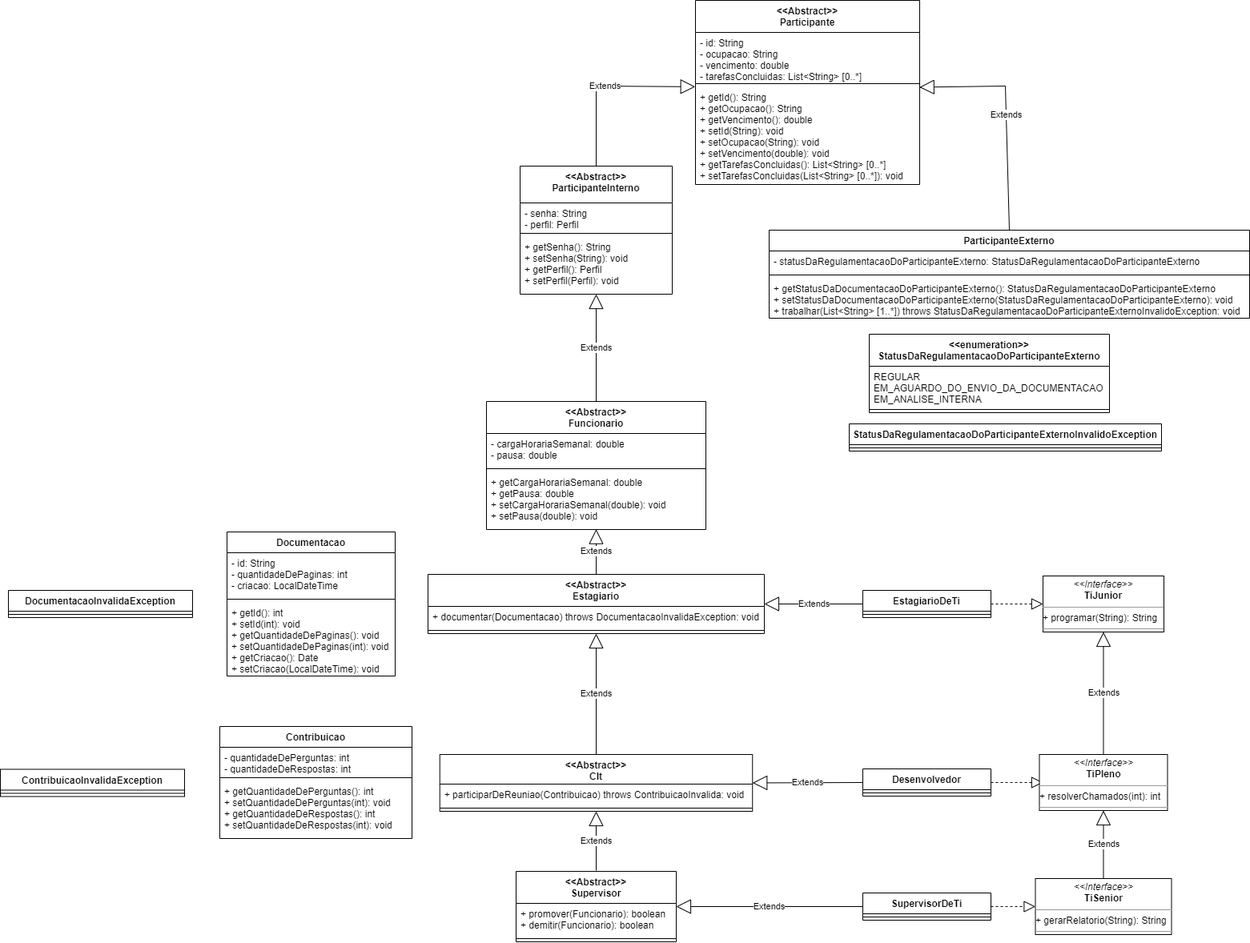
andre-alck/erp keeps this draw.io diagram as erp.png. Above is the earlier version. Source tidied: cells renumbered, new cells last; positions are measured from the earlier drawing's top-left corner, leaving out a move shared by most shapes.
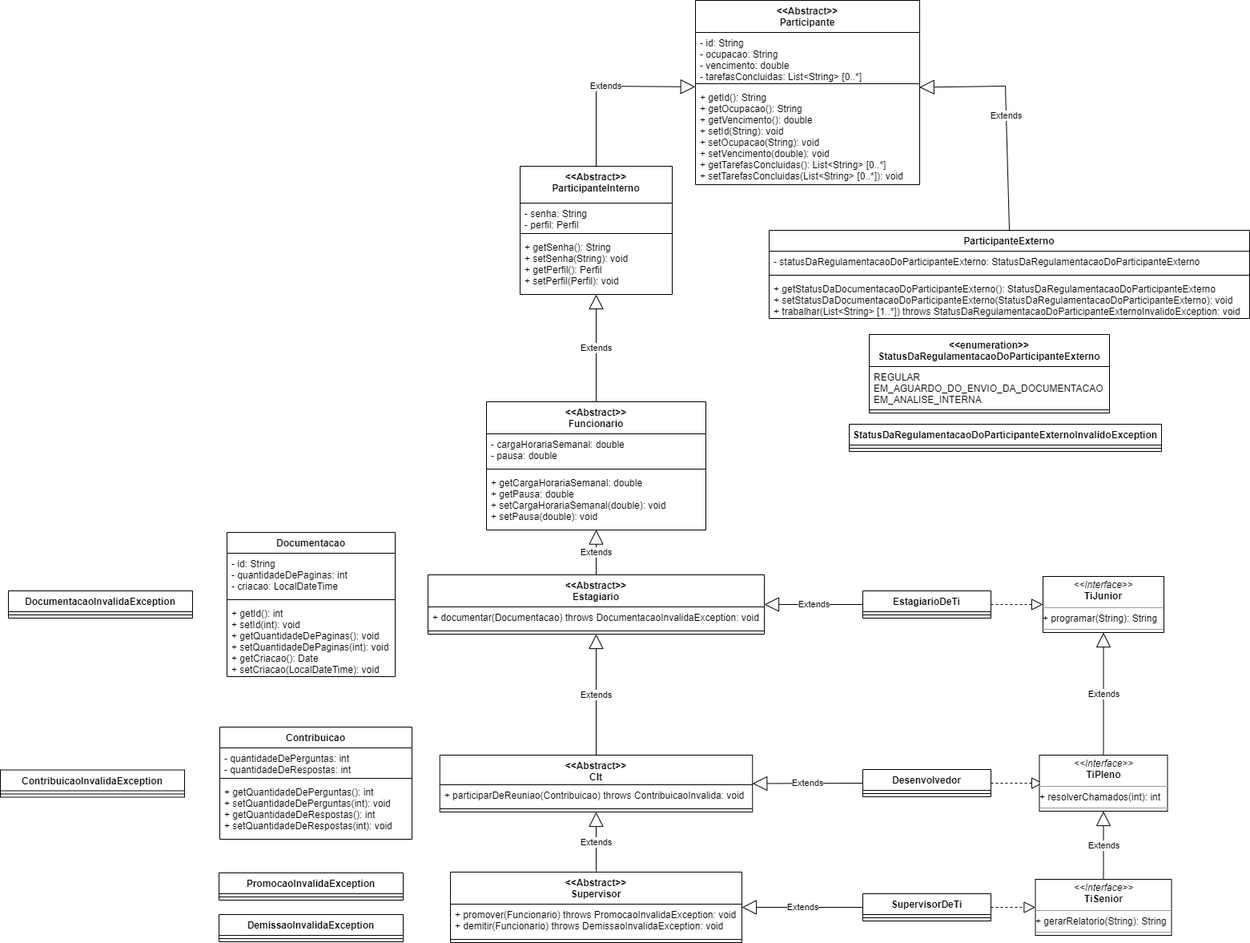
Above is the later version.

Diff of the diagram source:
```diff
@@ -116,11 +116,6 @@
     <mxCell id="37" style="line;strokeWidth=1;fillColor=none;align=left;verticalAlign=middle;spacingTop=-1;spacingLeft=3;spacingRight=3;labelPosition=right;strokeColor=inherit;" parent="36" vertex="1">
       <mxGeometry y="26" width="160" height="8" as="geometry" />
     </mxCell>
-    <mxCell id="38" value="Extends" style="endArrow=block;endSize=16;endFill=0;html=1;rounded=0;exitX=0;exitY=0.5;exitDx=0;exitDy=0;entryX=1;entryY=0.5;entryDx=0;entryDy=0;" parent="1" edge="1" source="36">
-      <mxGeometry relative="1" as="geometry">
-        <mxPoint x="844" y="1132" as="targetPoint" />
-      </mxGeometry>
-    </mxCell>
     <mxCell id="39" value="Documentacao" style="swimlane;fontStyle=1;align=center;verticalAlign=top;horizontal=1;startSize=26;" parent="1" vertex="1">
       <mxGeometry x="283" y="664" width="210" height="180" as="geometry" />
     </mxCell>
@@ -151,13 +146,13 @@
       <mxGeometry relative="1" as="geometry" />
     </mxCell>
     <mxCell id="48" value="&lt;&lt;Abstract&gt;&gt;&#10;Supervisor" style="swimlane;fontStyle=1;align=center;verticalAlign=top;horizontal=1;startSize=40;" parent="1" vertex="1">
-      <mxGeometry x="644" y="1088" width="200" height="88" as="geometry" />
+      <mxGeometry x="562" y="1088" width="364" height="88" as="geometry" />
     </mxCell>
-    <mxCell id="49" value="+ promover(Funcionario): boolean&#10;+ demitir(Funcionario): boolean" style="text;strokeColor=none;fillColor=none;align=left;verticalAlign=top;spacingLeft=4;spacingRight=4;overflow=hidden;" parent="48" vertex="1">
-      <mxGeometry y="40" width="200" height="40" as="geometry" />
+    <mxCell id="49" value="+ promover(Funcionario) throws PromocaoInvalidaException: void&#10;+ demitir(Funcionario) throws DemissaoInvalidaException: void" style="text;strokeColor=none;fillColor=none;align=left;verticalAlign=top;spacingLeft=4;spacingRight=4;overflow=hidden;" parent="48" vertex="1">
+      <mxGeometry y="40" width="364" height="40" as="geometry" />
     </mxCell>
     <mxCell id="50" style="line;strokeWidth=1;fillColor=none;align=left;verticalAlign=middle;spacingTop=-1;spacingLeft=3;spacingRight=3;labelPosition=right;strokeColor=inherit;" parent="48" vertex="1">
-      <mxGeometry y="80" width="200" height="8" as="geometry" />
+      <mxGeometry y="80" width="364" height="8" as="geometry" />
     </mxCell>
     <mxCell id="51" value="&lt;p style=&quot;margin:0px;margin-top:4px;text-align:center;&quot;&gt;&lt;i&gt;&amp;lt;&amp;lt;Interface&amp;gt;&amp;gt;&lt;/i&gt;&lt;br&gt;&lt;b style=&quot;border-color: var(--border-color);&quot;&gt;TiJunior&lt;/b&gt;&lt;br&gt;&lt;/p&gt;&lt;hr size=&quot;1&quot;&gt;+ programar(String): String&lt;br&gt;&lt;hr size=&quot;1&quot;&gt;&lt;p style=&quot;margin:0px;margin-left:4px;&quot;&gt;&lt;br&gt;&lt;/p&gt;" style="verticalAlign=top;align=left;overflow=fill;fontSize=12;fontFamily=Helvetica;html=1;" parent="1" vertex="1">
       <mxGeometry x="1302" y="719" width="151" height="70" as="geometry" />
@@ -214,5 +209,20 @@
     <mxCell id="67" style="line;strokeWidth=1;fillColor=none;align=left;verticalAlign=middle;spacingTop=-1;spacingLeft=3;spacingRight=3;labelPosition=right;strokeColor=inherit;" parent="66" vertex="1">
       <mxGeometry y="26" width="230" height="8" as="geometry" />
     </mxCell>
+    <mxCell id="68" value="PromocaoInvalidaException" style="swimlane;fontStyle=1;align=center;verticalAlign=top;horizontal=1;startSize=26;whiteSpace=wrap;html=1;" parent="1" vertex="1">
+      <mxGeometry x="273" y="1089" width="230" height="34" as="geometry" />
+    </mxCell>
+    <mxCell id="69" style="line;strokeWidth=1;fillColor=none;align=left;verticalAlign=middle;spacingTop=-1;spacingLeft=3;spacingRight=3;labelPosition=right;strokeColor=inherit;" parent="68" vertex="1">
+      <mxGeometry y="26" width="230" height="8" as="geometry" />
+    </mxCell>
+    <mxCell id="38" value="Extends" style="endArrow=block;endSize=16;endFill=0;html=1;rounded=0;exitX=0;exitY=0.5;exitDx=0;exitDy=0;entryX=1;entryY=0.5;entryDx=0;entryDy=0;" parent="1" edge="1" source="36" target="48">
+      <mxGeometry relative="1" as="geometry" />
+    </mxCell>
+    <mxCell id="70" value="DemissaoInvalidaException" style="swimlane;fontStyle=1;align=center;verticalAlign=top;horizontal=1;startSize=26;whiteSpace=wrap;html=1;" parent="1" vertex="1">
+      <mxGeometry x="273" y="1141" width="230" height="34" as="geometry" />
+    </mxCell>
+    <mxCell id="71" style="line;strokeWidth=1;fillColor=none;align=left;verticalAlign=middle;spacingTop=-1;spacingLeft=3;spacingRight=3;labelPosition=right;strokeColor=inherit;" parent="70" vertex="1">
+      <mxGeometry y="26" width="230" height="8" as="geometry" />
+    </mxCell>
   </root>
 </mxGraphModel>
```
